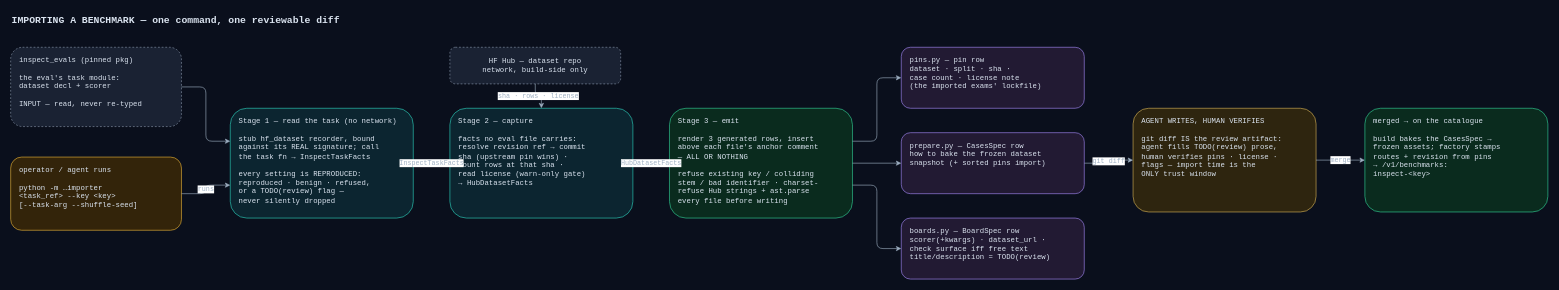
Earlier version of the draw.io diagram apps/screamingface-engine/docs/diagrams/importer-pipeline.drawio (ScreamingFace/screamingface). Source tidied: cells renumbered, new cells numbered last; positions are measured from the earlier drawing's top-left corner, leaving out a move shared by most shapes. Both pictures are drawn from the tidied source at 61%, with x=0, y=0 at pixel (10, 10).
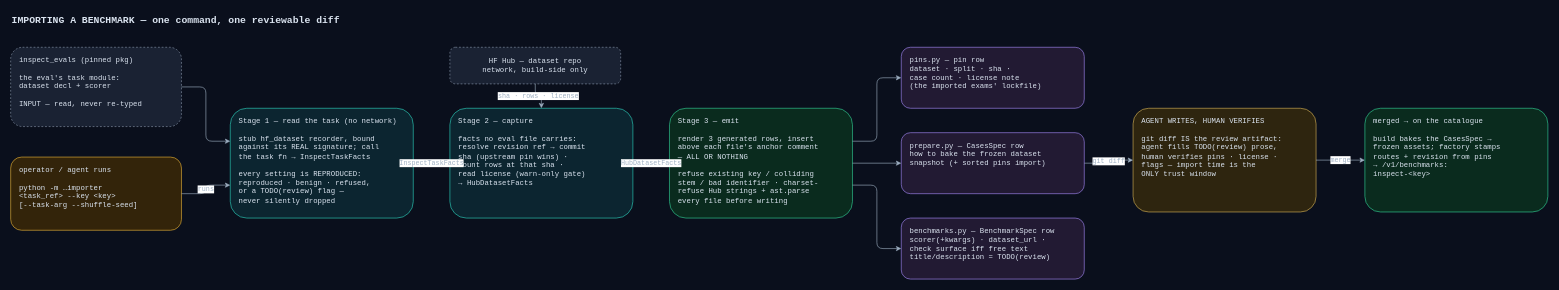
Above is the later version.

Diff of the diagram source:
```diff
@@
-    <mxCell id="11" value="boards.py — BoardSpec row&#10;scorer(+kwargs) · dataset_url ·&#10;check surface iff free text&#10;title/description = TODO(review)" style="rounded=1;whiteSpace=wrap;html=1;fillColor=#221a33;strokeColor=#a78bfa;fontColor=#dbe4f0;fontFamily=Courier New;fontSize=12;align=left;spacingLeft=12;verticalAlign=top;spacingTop=8;" parent="1" vertex="1">
+    <mxCell id="11" value="benchmarks.py — BenchmarkSpec row&#10;scorer(+kwargs) · dataset_url ·&#10;check surface iff free text&#10;title/description = TODO(review)" style="rounded=1;whiteSpace=wrap;html=1;fillColor=#221a33;strokeColor=#a78bfa;fontColor=#dbe4f0;fontFamily=Courier New;fontSize=12;align=left;spacingLeft=12;verticalAlign=top;spacingTop=8;" parent="1" vertex="1">
       <mxGeometry x="1460" y="340" width="300" height="100" as="geometry" />
     </mxCell>
```
